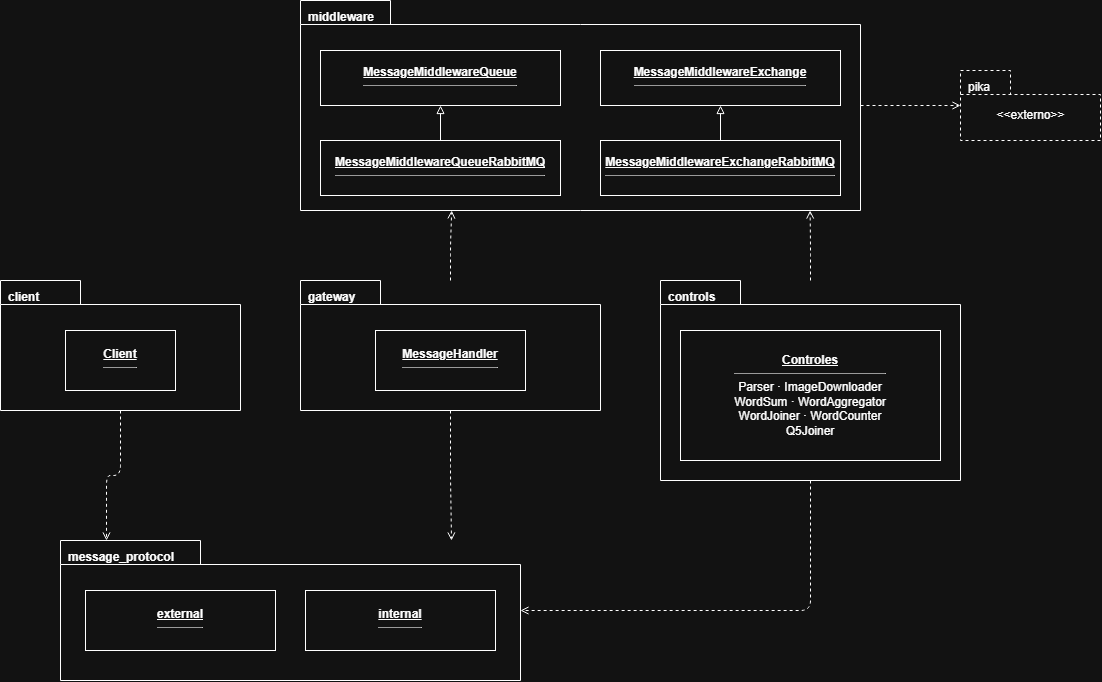
Above: diseño/diagramas/paquetes.png in LuccaMarino/tp-grupal_Distribuidos (draw.io), before the change. Source tidied: cells renumbered, new cells last; positions are measured from the earlier drawing's top-left corner, leaving out a move shared by most shapes. Its diagram source:
```xml
<mxGraphModel>
  <root>
    <mxCell id="0" />
    <mxCell id="1" parent="0" />
    <mxCell id="2" value="middleware" style="shape=folder;fontStyle=1;tabWidth=90;tabHeight=24;tabPosition=left;html=1;whiteSpace=wrap;align=left;spacingLeft=6;verticalAlign=top;spacingTop=3;" parent="1" vertex="1">
      <mxGeometry x="300" width="560" height="210" as="geometry" />
    </mxCell>
    <mxCell id="3" value="&lt;u&gt;&lt;b&gt;MessageMiddlewareQueue&lt;/b&gt;&lt;/u&gt;&lt;hr size=&quot;1&quot;&gt;" style="html=1;whiteSpace=wrap;align=center;" parent="2" vertex="1">
      <mxGeometry x="20" y="50" width="240" height="55" as="geometry" />
    </mxCell>
    <mxCell id="4" value="&lt;u&gt;&lt;b&gt;MessageMiddlewareExchange&lt;/b&gt;&lt;/u&gt;&lt;hr size=&quot;1&quot;&gt;" style="html=1;whiteSpace=wrap;align=center;" parent="2" vertex="1">
      <mxGeometry x="300" y="50" width="240" height="55" as="geometry" />
    </mxCell>
    <mxCell id="5" value="&lt;u&gt;&lt;b&gt;MessageMiddlewareQueueRabbitMQ&lt;/b&gt;&lt;/u&gt;&lt;hr size=&quot;1&quot;&gt;" style="html=1;whiteSpace=wrap;align=center;" parent="2" vertex="1">
      <mxGeometry x="20" y="140" width="240" height="55" as="geometry" />
    </mxCell>
    <mxCell id="6" value="&lt;u&gt;&lt;b&gt;MessageMiddlewareExchangeRabbitMQ&lt;/b&gt;&lt;/u&gt;&lt;hr size=&quot;1&quot;&gt;" style="html=1;whiteSpace=wrap;align=center;" parent="2" vertex="1">
      <mxGeometry x="300" y="140" width="240" height="55" as="geometry" />
    </mxCell>
    <mxCell id="7" style="edgeStyle=orthogonalEdgeStyle;html=1;endArrow=block;endFill=0;" parent="1" edge="1" source="5" target="3">
      <mxGeometry relative="1" as="geometry" />
    </mxCell>
    <mxCell id="8" style="edgeStyle=orthogonalEdgeStyle;html=1;endArrow=block;endFill=0;" parent="1" edge="1" source="6" target="4">
      <mxGeometry relative="1" as="geometry" />
    </mxCell>
    <mxCell id="9" value="pika" style="shape=folder;tabWidth=50;tabHeight=24;tabPosition=left;html=1;whiteSpace=wrap;dashed=1;align=left;spacingLeft=6;verticalAlign=top;spacingTop=3;" parent="1" vertex="1">
      <mxGeometry x="960" y="70" width="140" height="70" as="geometry" />
    </mxCell>
    <mxCell id="10" value="&amp;lt;&amp;lt;externo&amp;gt;&amp;gt;" style="text;html=1;align=center;verticalAlign=middle;" parent="9" vertex="1">
      <mxGeometry x="20" y="30" width="100" height="30" as="geometry" />
    </mxCell>
    <mxCell id="11" value="client" style="shape=folder;fontStyle=1;tabWidth=80;tabHeight=24;tabPosition=left;html=1;whiteSpace=wrap;align=left;spacingLeft=6;verticalAlign=top;spacingTop=3;" parent="1" vertex="1">
      <mxGeometry y="280" width="240" height="130" as="geometry" />
    </mxCell>
    <mxCell id="12" value="&lt;u&gt;&lt;b&gt;Client&lt;/b&gt;&lt;/u&gt;&lt;hr size=&quot;1&quot;&gt;" style="html=1;whiteSpace=wrap;align=center;" parent="11" vertex="1">
      <mxGeometry x="65" y="50" width="110" height="60" as="geometry" />
    </mxCell>
    <mxCell id="13" value="gateway" style="shape=folder;fontStyle=1;tabWidth=80;tabHeight=24;tabPosition=left;html=1;whiteSpace=wrap;align=left;spacingLeft=6;verticalAlign=top;spacingTop=3;" parent="1" vertex="1">
      <mxGeometry x="300" y="280" width="300" height="130" as="geometry" />
    </mxCell>
    <mxCell id="14" value="&lt;u&gt;&lt;b&gt;MessageHandler&lt;/b&gt;&lt;/u&gt;&lt;hr size=&quot;1&quot;&gt;" style="html=1;whiteSpace=wrap;align=center;" parent="13" vertex="1">
      <mxGeometry x="75" y="50" width="150" height="60" as="geometry" />
    </mxCell>
    <mxCell id="15" value="controls" style="shape=folder;fontStyle=1;tabWidth=80;tabHeight=24;tabPosition=left;html=1;whiteSpace=wrap;align=left;spacingLeft=6;verticalAlign=top;spacingTop=3;" parent="1" vertex="1">
      <mxGeometry x="660" y="280" width="300" height="200" as="geometry" />
    </mxCell>
    <mxCell id="16" value="&lt;u&gt;&lt;b&gt;Controles&lt;/b&gt;&lt;/u&gt;&lt;hr size=&quot;1&quot;&gt;Parser · ImageDownloader&lt;br&gt;WordSum · WordAggregator&lt;br&gt;WordJoiner · WordCounter&lt;br&gt;Q5Joiner" style="html=1;whiteSpace=wrap;align=center;" parent="15" vertex="1">
      <mxGeometry x="20" y="50" width="260" height="130" as="geometry" />
    </mxCell>
    <mxCell id="17" value="message_protocol" style="shape=folder;fontStyle=1;tabWidth=140;tabHeight=24;tabPosition=left;html=1;whiteSpace=wrap;align=left;spacingLeft=6;verticalAlign=top;spacingTop=3;" parent="1" vertex="1">
      <mxGeometry x="60" y="540" width="460" height="140" as="geometry" />
    </mxCell>
    <mxCell id="18" value="&lt;u&gt;&lt;b&gt;external&lt;/b&gt;&lt;/u&gt;&lt;hr size=&quot;1&quot;&gt;" style="html=1;whiteSpace=wrap;align=center;" parent="17" vertex="1">
      <mxGeometry x="25" y="50" width="190" height="60" as="geometry" />
    </mxCell>
    <mxCell id="19" value="&lt;u&gt;&lt;b&gt;internal&lt;/b&gt;&lt;/u&gt;&lt;hr size=&quot;1&quot;&gt;" style="html=1;whiteSpace=wrap;align=center;" parent="17" vertex="1">
      <mxGeometry x="245" y="50" width="190" height="60" as="geometry" />
    </mxCell>
    <mxCell id="20" style="edgeStyle=orthogonalEdgeStyle;html=1;endArrow=open;dashed=1;exitX=0.5;exitY=1;entryX=0.1;entryY=0;" parent="1" edge="1" source="11" target="17">
      <mxGeometry relative="1" as="geometry" />
    </mxCell>
    <mxCell id="21" style="edgeStyle=orthogonalEdgeStyle;html=1;endArrow=open;dashed=1;exitX=0.5;exitY=1;entryX=0.85;entryY=0;" parent="1" edge="1" source="13" target="17">
      <mxGeometry relative="1" as="geometry" />
    </mxCell>
    <mxCell id="22" style="edgeStyle=orthogonalEdgeStyle;html=1;endArrow=open;dashed=1;exitX=0.5;exitY=1;entryX=1;entryY=0.5;" parent="1" edge="1" source="15" target="17">
      <mxGeometry relative="1" as="geometry" />
    </mxCell>
    <mxCell id="23" style="edgeStyle=orthogonalEdgeStyle;html=1;endArrow=open;dashed=1;exitX=0.5;exitY=0;entryX=0.27;entryY=1;" parent="1" edge="1" source="13" target="2">
      <mxGeometry relative="1" as="geometry" />
    </mxCell>
    <mxCell id="24" style="edgeStyle=orthogonalEdgeStyle;html=1;endArrow=open;dashed=1;exitX=0.5;exitY=0;entryX=0.91;entryY=1;" parent="1" edge="1" source="15" target="2">
      <mxGeometry relative="1" as="geometry" />
    </mxCell>
    <mxCell id="25" style="edgeStyle=orthogonalEdgeStyle;html=1;endArrow=open;dashed=1;exitX=1;exitY=0.5;entryX=0;entryY=0.5;" parent="1" edge="1" source="2" target="9">
      <mxGeometry relative="1" as="geometry" />
    </mxCell>
  </root>
</mxGraphModel>
```
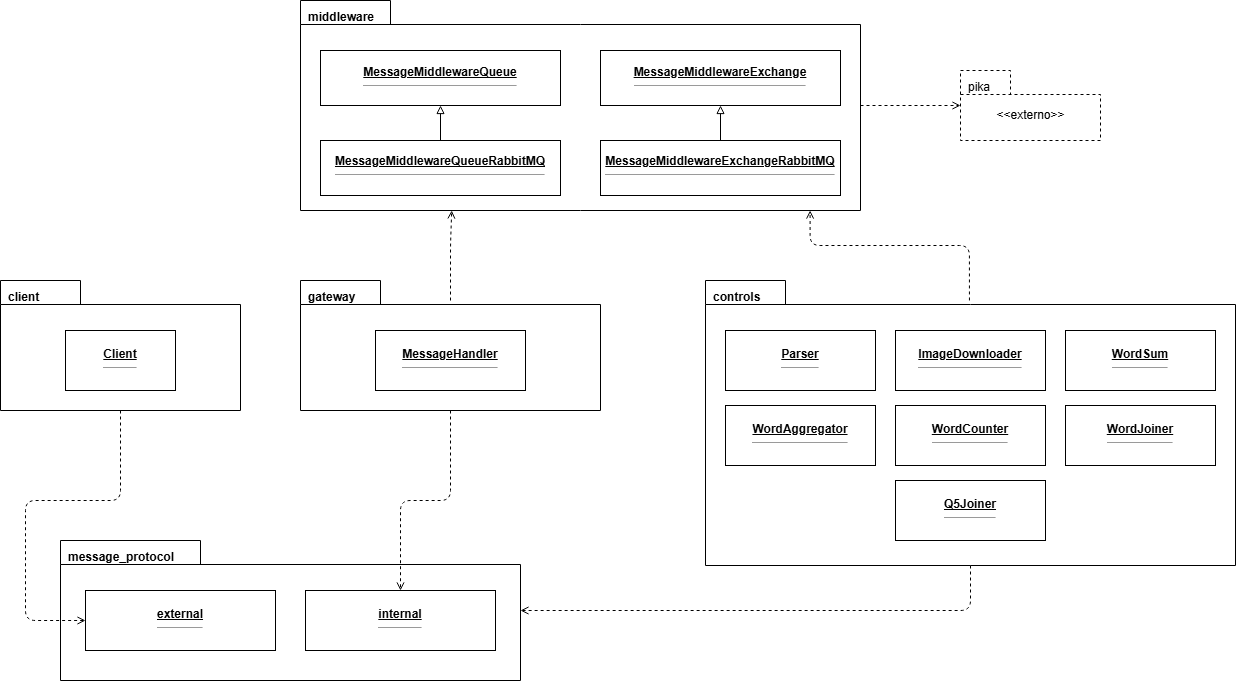
Above is the later version.

Diff of the diagram source:
```diff
@@ -42,11 +42,29 @@
       <mxGeometry x="75" y="50" width="150" height="60" as="geometry" />
     </mxCell>
     <mxCell id="15" value="controls" style="shape=folder;fontStyle=1;tabWidth=80;tabHeight=24;tabPosition=left;html=1;whiteSpace=wrap;align=left;spacingLeft=6;verticalAlign=top;spacingTop=3;" parent="1" vertex="1">
-      <mxGeometry x="660" y="280" width="300" height="200" as="geometry" />
+      <mxGeometry x="705" y="280" width="530" height="285" as="geometry" />
     </mxCell>
-    <mxCell id="16" value="&lt;u&gt;&lt;b&gt;Controles&lt;/b&gt;&lt;/u&gt;&lt;hr size=&quot;1&quot;&gt;Parser · ImageDownloader&lt;br&gt;WordSum · WordAggregator&lt;br&gt;WordJoiner · WordCounter&lt;br&gt;Q5Joiner" style="html=1;whiteSpace=wrap;align=center;" parent="15" vertex="1">
-      <mxGeometry x="20" y="50" width="260" height="130" as="geometry" />
-    </mxCell>
+    <mxCell id="26" value="&lt;u&gt;&lt;b&gt;Parser&lt;/b&gt;&lt;/u&gt;&lt;hr size=&quot;1&quot;&gt;" style="html=1;whiteSpace=wrap;align=center;" parent="15" vertex="1">
+      <mxGeometry x="20" y="50" width="150" height="60" as="geometry" />
+    </mxCell>
+    <mxCell id="27" value="&lt;u&gt;&lt;b&gt;ImageDownloader&lt;/b&gt;&lt;/u&gt;&lt;hr size=&quot;1&quot;&gt;" style="html=1;whiteSpace=wrap;align=center;" parent="15" vertex="1">
+      <mxGeometry x="190" y="50" width="150" height="60" as="geometry" />
+    </mxCell>
+    <mxCell id="28" value="&lt;u&gt;&lt;b&gt;WordSum&lt;/b&gt;&lt;/u&gt;&lt;hr size=&quot;1&quot;&gt;" style="html=1;whiteSpace=wrap;align=center;" parent="15" vertex="1">
+      <mxGeometry x="360" y="50" width="150" height="60" as="geometry" />
+    </mxCell>
+    <mxCell id="29" value="&lt;u&gt;&lt;b&gt;WordAggregator&lt;/b&gt;&lt;/u&gt;&lt;hr size=&quot;1&quot;&gt;" style="html=1;whiteSpace=wrap;align=center;" parent="15" vertex="1">
+      <mxGeometry x="20" y="125" width="150" height="60" as="geometry" />
+    </mxCell>
+    <mxCell id="30" value="&lt;u&gt;&lt;b&gt;WordCounter&lt;/b&gt;&lt;/u&gt;&lt;hr size=&quot;1&quot;&gt;" style="html=1;whiteSpace=wrap;align=center;" parent="15" vertex="1">
+      <mxGeometry x="190" y="125" width="150" height="60" as="geometry" />
+    </mxCell>
+    <mxCell id="31" value="&lt;u&gt;&lt;b&gt;WordJoiner&lt;/b&gt;&lt;/u&gt;&lt;hr size=&quot;1&quot;&gt;" style="html=1;whiteSpace=wrap;align=center;" parent="15" vertex="1">
+      <mxGeometry x="360" y="125" width="150" height="60" as="geometry" />
+    </mxCell>
+    <mxCell id="32" value="&lt;u&gt;&lt;b&gt;Q5Joiner&lt;/b&gt;&lt;/u&gt;&lt;hr size=&quot;1&quot;&gt;" style="html=1;whiteSpace=wrap;align=center;" parent="15" vertex="1">
+      <mxGeometry x="190" y="200" width="150" height="60" as="geometry" />
+    </mxCell>
     <mxCell id="17" value="message_protocol" style="shape=folder;fontStyle=1;tabWidth=140;tabHeight=24;tabPosition=left;html=1;whiteSpace=wrap;align=left;spacingLeft=6;verticalAlign=top;spacingTop=3;" parent="1" vertex="1">
       <mxGeometry x="60" y="540" width="460" height="140" as="geometry" />
     </mxCell>
@@ -56,20 +74,26 @@
     <mxCell id="19" value="&lt;u&gt;&lt;b&gt;internal&lt;/b&gt;&lt;/u&gt;&lt;hr size=&quot;1&quot;&gt;" style="html=1;whiteSpace=wrap;align=center;" parent="17" vertex="1">
       <mxGeometry x="245" y="50" width="190" height="60" as="geometry" />
     </mxCell>
-    <mxCell id="20" style="edgeStyle=orthogonalEdgeStyle;html=1;endArrow=open;dashed=1;exitX=0.5;exitY=1;entryX=0.1;entryY=0;" parent="1" edge="1" source="11" target="17">
-      <mxGeometry relative="1" as="geometry" />
-    </mxCell>
-    <mxCell id="21" style="edgeStyle=orthogonalEdgeStyle;html=1;endArrow=open;dashed=1;exitX=0.5;exitY=1;entryX=0.85;entryY=0;" parent="1" edge="1" source="13" target="17">
-      <mxGeometry relative="1" as="geometry" />
-    </mxCell>
+    <mxCell id="33" style="edgeStyle=orthogonalEdgeStyle;html=1;endArrow=open;dashed=1;exitX=0.5;exitY=1;entryX=0;entryY=0.5;entryDx=0;entryDy=0;" parent="1" edge="1" source="11" target="18">
+      <mxGeometry x="-0.27" relative="1" as="geometry">
+        <Array as="points">
+          <mxPoint x="120" y="500" />
+          <mxPoint x="25" y="500" />
+          <mxPoint x="25" y="620" />
+        </Array>
+      </mxGeometry>
+    </mxCell>
+    <mxCell id="34" style="edgeStyle=orthogonalEdgeStyle;html=1;endArrow=open;dashed=1;exitX=0.5;exitY=1;entryX=0.5;entryY=0;" parent="1" edge="1" source="13" target="19">
+      <mxGeometry relative="1" as="geometry" />
+    </mxCell>
     <mxCell id="22" style="edgeStyle=orthogonalEdgeStyle;html=1;endArrow=open;dashed=1;exitX=0.5;exitY=1;entryX=1;entryY=0.5;" parent="1" edge="1" source="15" target="17">
       <mxGeometry relative="1" as="geometry" />
     </mxCell>
-    <mxCell id="23" style="edgeStyle=orthogonalEdgeStyle;html=1;endArrow=open;dashed=1;exitX=0.5;exitY=0;entryX=0.27;entryY=1;" parent="1" edge="1" source="13" target="2">
-      <mxGeometry relative="1" as="geometry" />
+    <mxCell id="23" style="edgeStyle=orthogonalEdgeStyle;html=1;endArrow=open;dashed=1;exitX=0.5;exitY=0.154;entryX=0.27;entryY=1;exitDx=0;exitDy=0;exitPerimeter=0;" parent="1" edge="1" source="13" target="2">
+      <mxGeometry x="0.23" relative="1" as="geometry" />
     </mxCell>
-    <mxCell id="24" style="edgeStyle=orthogonalEdgeStyle;html=1;endArrow=open;dashed=1;exitX=0.5;exitY=0;entryX=0.91;entryY=1;" parent="1" edge="1" source="15" target="2">
-      <mxGeometry relative="1" as="geometry" />
+    <mxCell id="24" style="edgeStyle=orthogonalEdgeStyle;html=1;endArrow=open;dashed=1;exitX=0.498;exitY=0.07;entryX=0.91;entryY=1;exitDx=0;exitDy=0;exitPerimeter=0;" parent="1" edge="1" source="15" target="2">
+      <mxGeometry x="0.1" relative="1" as="geometry" />
     </mxCell>
     <mxCell id="25" style="edgeStyle=orthogonalEdgeStyle;html=1;endArrow=open;dashed=1;exitX=1;exitY=0.5;entryX=0;entryY=0.5;" parent="1" edge="1" source="2" target="9">
       <mxGeometry relative="1" as="geometry" />
```
